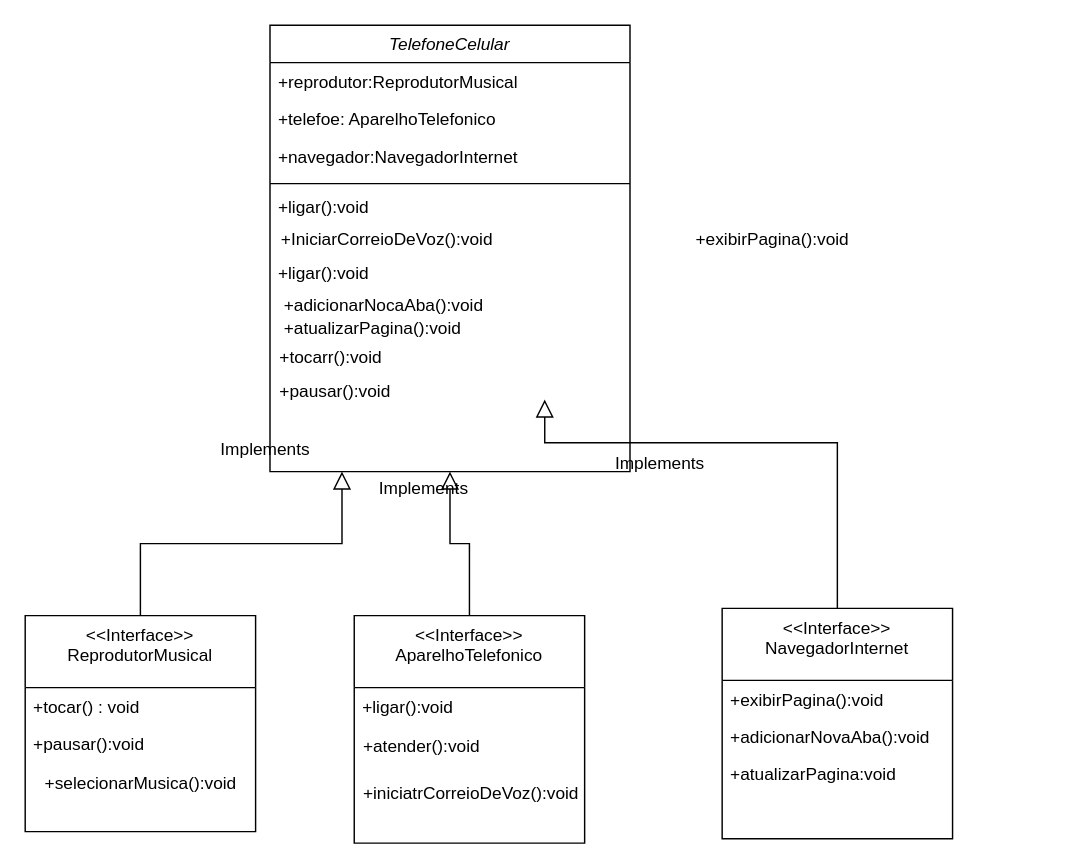
This is Diagrama sem nome.drawio from LeonardoJSantos/DesafioDioIphone, a draw.io file, before an edit. Source tidied: cells renumbered, new cells numbered last; positions are measured from the earlier drawing's top-left corner, leaving out a move shared by most shapes. Both pictures are drawn from the tidied source at 144%, with x=0, y=0 at pixel (24, 24).
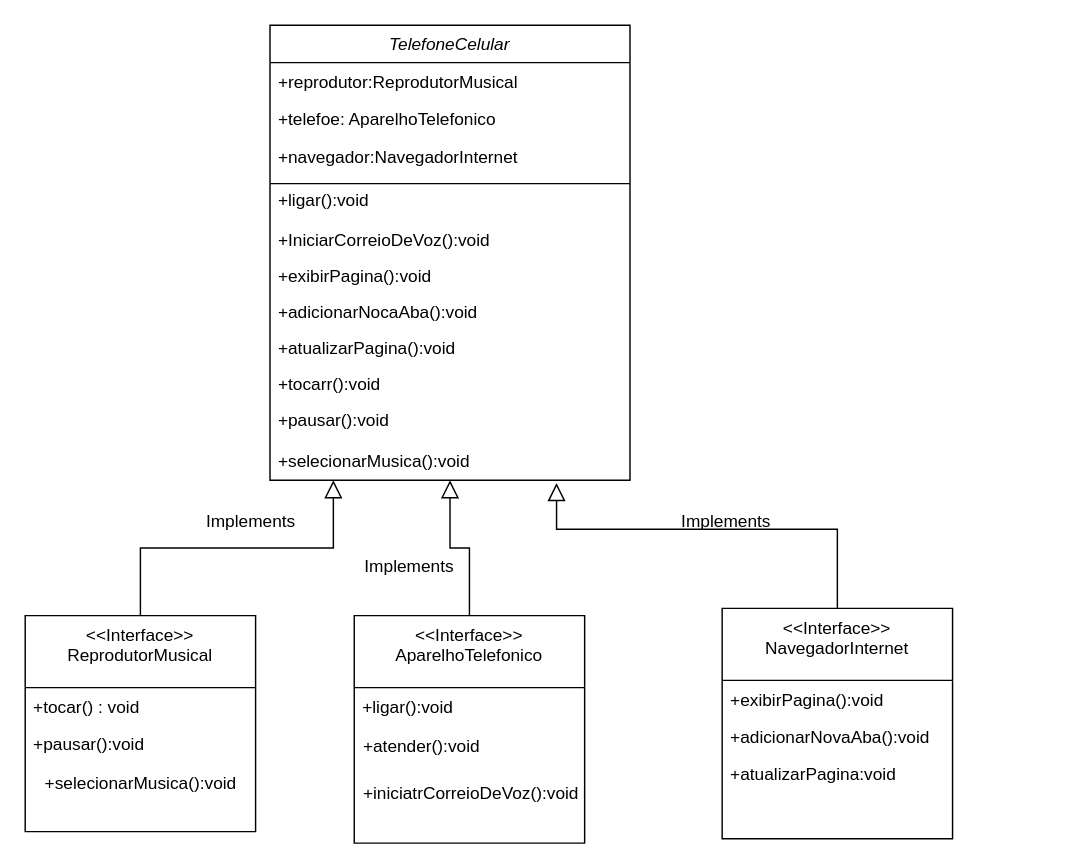
After the change.

The change refers to these unchanged cells:
```xml
<mxCell id="8" value="&lt;&lt;Interface&gt;&gt;&#10;ReprodutorMusical" style="swimlane;fontStyle=0;align=center;verticalAlign=top;horizontal=1;startSize=50;rounded=0;shadow=0;strokeWidth=1;" parent="1" vertex="1">
  <mxGeometry y="410" width="160" height="150" as="geometry" />
</mxCell>
<mxCell id="18" value="&lt;&lt;Interface&gt;&gt;&#10;NavegadorInternet" style="swimlane;fontStyle=0;align=center;verticalAlign=top;horizontal=1;startSize=50;rounded=0;shadow=0;strokeWidth=1;" parent="1" vertex="1">
  <mxGeometry x="484" y="405" width="160" height="160" as="geometry" />
</mxCell>
```

The edit, as a diff of the source:
```diff
@@
     <mxCell id="2" value="TelefoneCelular" style="swimlane;fontStyle=2;align=center;verticalAlign=top;horizontal=1;startSize=26;rounded=0;shadow=0;strokeWidth=1;" parent="1" vertex="1">
-      <mxGeometry x="170" width="250" height="310" as="geometry" />
+      <mxGeometry x="170" width="250" height="316" as="geometry" />
     </mxCell>
@@
     <mxCell id="6" value="+ligar():void" style="text;strokeColor=none;fillColor=none;align=left;verticalAlign=middle;spacingLeft=4;spacingRight=4;overflow=hidden;whiteSpace=wrap;html=1;" parent="2" vertex="1">
-      <mxGeometry y="104" width="250" height="46" as="geometry" />
+      <mxGeometry y="104" width="250" height="36" as="geometry" />
     </mxCell>
+    <mxCell id="27" value="+IniciarCorreioDeVoz():void" style="text;strokeColor=none;fillColor=none;align=left;verticalAlign=middle;spacingLeft=4;spacingRight=4;overflow=hidden;whiteSpace=wrap;html=1;" parent="2" vertex="1">
+      <mxGeometry y="140" width="250" height="20" as="geometry" />
+    </mxCell>
+    <mxCell id="28" value="+exibirPagina():void" style="text;strokeColor=none;fillColor=none;align=left;verticalAlign=middle;spacingLeft=4;spacingRight=4;overflow=hidden;whiteSpace=wrap;html=1;" parent="2" vertex="1">
+      <mxGeometry y="160" width="250" height="30" as="geometry" />
+    </mxCell>
+    <mxCell id="29" value="+adicionarNocaAba():void" style="text;strokeColor=none;fillColor=none;align=left;verticalAlign=middle;spacingLeft=4;spacingRight=4;overflow=hidden;whiteSpace=wrap;html=1;" parent="2" vertex="1">
+      <mxGeometry y="190" width="250" height="20" as="geometry" />
+    </mxCell>
+    <mxCell id="30" value="+atualizarPagina():void" style="text;strokeColor=none;fillColor=none;align=left;verticalAlign=middle;spacingLeft=4;spacingRight=4;overflow=hidden;whiteSpace=wrap;html=1;" parent="2" vertex="1">
+      <mxGeometry y="210" width="250" height="30" as="geometry" />
+    </mxCell>
+    <mxCell id="31" value="+tocarr():void" style="text;strokeColor=none;fillColor=none;align=left;verticalAlign=middle;spacingLeft=4;spacingRight=4;overflow=hidden;whiteSpace=wrap;html=1;" parent="2" vertex="1">
+      <mxGeometry y="240" width="250" height="20" as="geometry" />
+    </mxCell>
+    <mxCell id="32" value="+pausar():void" style="text;strokeColor=none;fillColor=none;align=left;verticalAlign=middle;spacingLeft=4;spacingRight=4;overflow=hidden;whiteSpace=wrap;html=1;" parent="2" vertex="1">
+      <mxGeometry y="260" width="250" height="30" as="geometry" />
+    </mxCell>
-    <mxCell id="7" value="+ligar():void" style="text;strokeColor=none;fillColor=none;align=left;verticalAlign=middle;spacingLeft=4;spacingRight=4;overflow=hidden;points=[[0,0.5],[1,0.5]];portConstraint=eastwest;whiteSpace=wrap;html=1;" parent="2" vertex="1">
-      <mxGeometry y="150" width="250" height="46" as="geometry" />
+    <mxCell id="7" value="+selecionarMusica():void" style="text;strokeColor=none;fillColor=none;align=left;verticalAlign=middle;spacingLeft=4;spacingRight=4;overflow=hidden;points=[[0,0.5],[1,0.5]];portConstraint=eastwest;whiteSpace=wrap;html=1;" parent="2" vertex="1">
+      <mxGeometry y="290" width="250" height="26" as="geometry" />
     </mxCell>
@@
-    <mxCell id="12" style="endArrow=block;endSize=10;endFill=0;shadow=0;strokeWidth=1;rounded=0;edgeStyle=elbowEdgeStyle;elbow=vertical;" parent="1" edge="1" source="8">
-      <mxGeometry relative="1" as="geometry">
-        <mxPoint x="220" y="310" as="targetPoint" />
-      </mxGeometry>
+    <mxCell id="12" style="endArrow=block;endSize=10;endFill=0;shadow=0;strokeWidth=1;rounded=0;edgeStyle=elbowEdgeStyle;elbow=vertical;entryX=0.176;entryY=1;entryDx=0;entryDy=0;entryPerimeter=0;" parent="1" edge="1" source="8" target="7">
+      <mxGeometry relative="1" as="geometry" />
     </mxCell>
@@
-    <mxCell id="22" style="endArrow=block;endSize=10;endFill=0;shadow=0;strokeWidth=1;rounded=0;edgeStyle=elbowEdgeStyle;elbow=vertical;entryX=0.763;entryY=1.077;entryDx=0;entryDy=0;entryPerimeter=0;" parent="1" edge="1" source="18">
+    <mxCell id="22" style="endArrow=block;endSize=10;endFill=0;shadow=0;strokeWidth=1;rounded=0;edgeStyle=elbowEdgeStyle;elbow=vertical;entryX=0.796;entryY=1.077;entryDx=0;entryDy=0;entryPerimeter=0;" parent="1" edge="1" source="18" target="7">
       <mxGeometry relative="1" as="geometry">
-        <mxPoint x="360.8" y="260" as="targetPoint" />
         <Array as="points">
-          <mxPoint x="450" y="290" />
+          <mxPoint x="470" y="350" />
         </Array>
       </mxGeometry>
     </mxCell>
     <mxCell id="23" value="Implements&lt;br&gt;" style="text;strokeColor=none;fillColor=none;align=left;verticalAlign=middle;spacingLeft=4;spacingRight=4;overflow=hidden;whiteSpace=wrap;html=1;" parent="1" vertex="1">
-      <mxGeometry x="130" y="280" width="80" height="30" as="geometry" />
+      <mxGeometry x="120" y="330" width="80" height="30" as="geometry" />
     </mxCell>
     <mxCell id="24" value="Implements&lt;br&gt;" style="text;strokeColor=none;fillColor=none;align=left;verticalAlign=middle;spacingLeft=4;spacingRight=4;overflow=hidden;whiteSpace=wrap;html=1;" parent="1" vertex="1">
-      <mxGeometry x="404" y="290" width="80" height="30" as="geometry" />
+      <mxGeometry x="450" y="330" width="80" height="30" as="geometry" />
     </mxCell>
     <mxCell id="25" value="Implements&lt;br&gt;" style="text;strokeColor=none;fillColor=none;align=left;verticalAlign=middle;spacingLeft=4;spacingRight=4;overflow=hidden;whiteSpace=wrap;html=1;" parent="1" vertex="1">
-      <mxGeometry x="240" y="306" width="80" height="31" as="geometry" />
+      <mxGeometry x="230" y="360" width="80" height="31" as="geometry" />
     </mxCell>
@@
-    <mxCell id="27" value="+IniciarCorreioDeVoz():void" style="text;strokeColor=none;fillColor=none;align=left;verticalAlign=middle;spacingLeft=4;spacingRight=4;overflow=hidden;whiteSpace=wrap;html=1;" parent="1" vertex="1">
-      <mxGeometry x="172" y="126" width="250" height="46" as="geometry" />
-    </mxCell>
-    <mxCell id="28" value="+exibirPagina():void" style="text;strokeColor=none;fillColor=none;align=left;verticalAlign=middle;spacingLeft=4;spacingRight=4;overflow=hidden;whiteSpace=wrap;html=1;" parent="1" vertex="1">
-      <mxGeometry x="460" y="126" width="250" height="46" as="geometry" />
-    </mxCell>
-    <mxCell id="29" value="+adicionarNocaAba():void" style="text;strokeColor=none;fillColor=none;align=left;verticalAlign=middle;spacingLeft=4;spacingRight=4;overflow=hidden;whiteSpace=wrap;html=1;" parent="1" vertex="1">
-      <mxGeometry x="174" y="172" width="250" height="46" as="geometry" />
-    </mxCell>
-    <mxCell id="30" value="+atualizarPagina():void" style="text;strokeColor=none;fillColor=none;align=left;verticalAlign=middle;spacingLeft=4;spacingRight=4;overflow=hidden;whiteSpace=wrap;html=1;" parent="1" vertex="1">
-      <mxGeometry x="174" y="188" width="250" height="46" as="geometry" />
-    </mxCell>
-    <mxCell id="31" value="+tocarr():void" style="text;strokeColor=none;fillColor=none;align=left;verticalAlign=middle;spacingLeft=4;spacingRight=4;overflow=hidden;whiteSpace=wrap;html=1;" parent="1" vertex="1">
-      <mxGeometry x="171" y="208" width="250" height="46" as="geometry" />
-    </mxCell>
-    <mxCell id="32" value="+pausar():void" style="text;strokeColor=none;fillColor=none;align=left;verticalAlign=middle;spacingLeft=4;spacingRight=4;overflow=hidden;whiteSpace=wrap;html=1;" parent="1" vertex="1">
-      <mxGeometry x="171" y="232" width="250" height="46" as="geometry" />
-    </mxCell>
```
